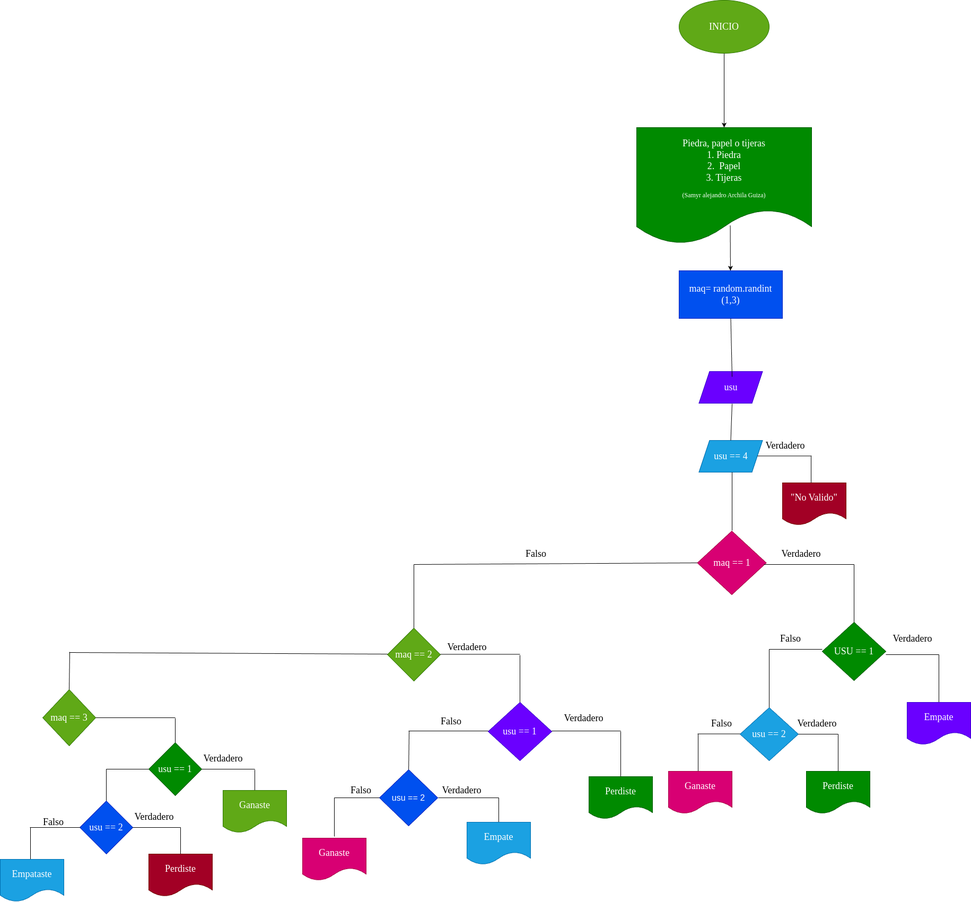
Above: diagrama.png in SamyrArchila/piedra_papel_tijeras (draw.io), before the change. Source tidied: cells renumbered, new cells last; positions are measured from the earlier drawing's top-left corner, leaving out a move shared by most shapes.
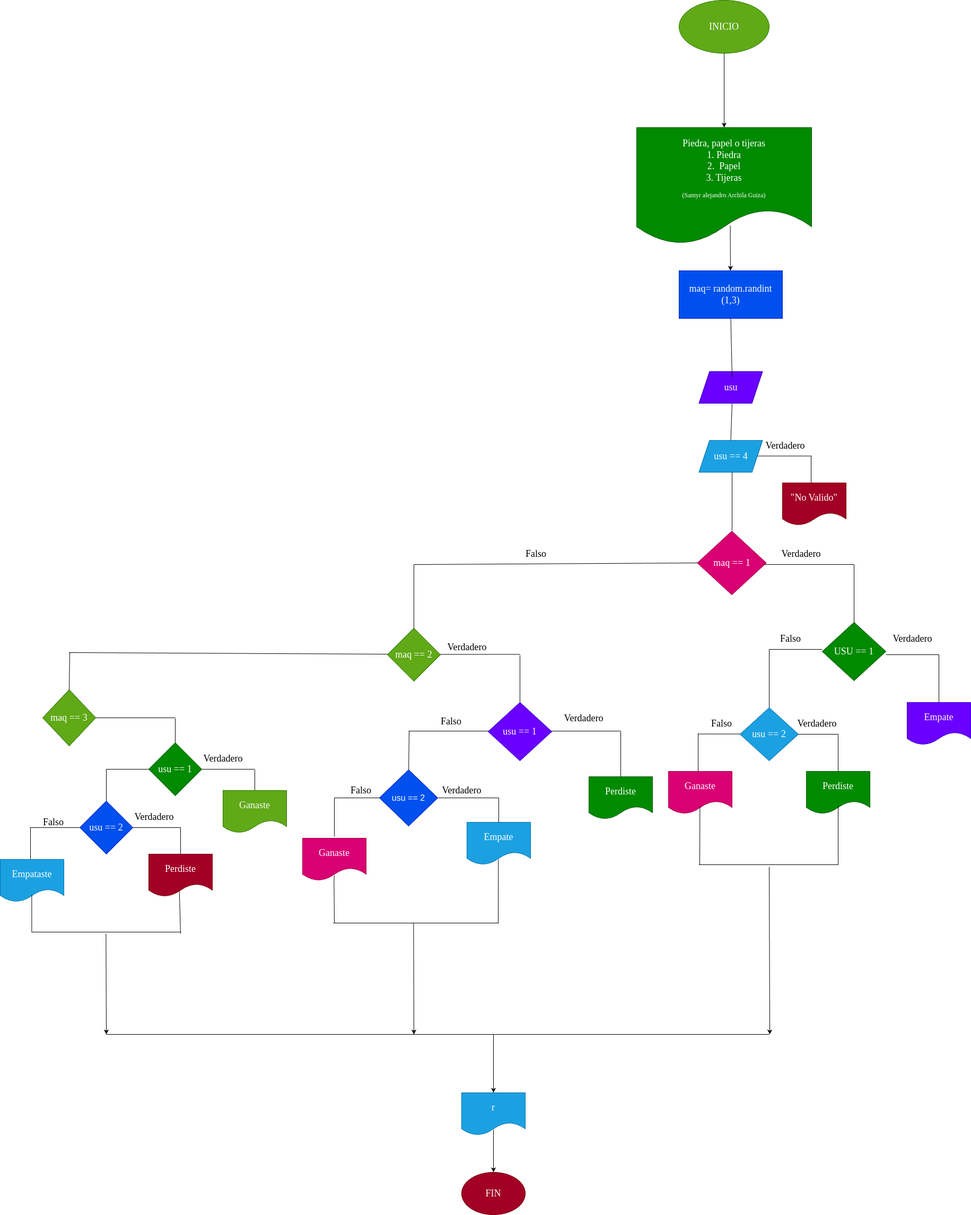
Above is the later version.

Change to the diagram source:
```diff
@@ -372,5 +372,102 @@
     <mxCell id="83" value="Verdadero" style="text;html=1;align=center;verticalAlign=middle;strokeColor=none;fillColor=none;fontSize=18;fontFamily=Verdana;" parent="1" vertex="1">
       <mxGeometry x="240" y="1520" width="100" height="40" as="geometry" />
     </mxCell>
+    <mxCell id="84" style="endArrow=none;html=1;fontFamily=Verdana;fontSize=18;" parent="1" edge="1">
+      <mxGeometry relative="1" as="geometry">
+        <mxPoint x="59.3" y="1757" as="sourcePoint" />
+        <mxPoint x="59.3" y="1687" as="targetPoint" />
+      </mxGeometry>
+    </mxCell>
+    <mxCell id="85" style="endArrow=none;html=1;fontFamily=Verdana;fontSize=18;" parent="1" edge="1">
+      <mxGeometry relative="1" as="geometry">
+        <mxPoint x="59" y="1757" as="sourcePoint" />
+        <mxPoint x="340" y="1757" as="targetPoint" />
+      </mxGeometry>
+    </mxCell>
+    <mxCell id="86" style="endArrow=none;html=1;fontFamily=Verdana;fontSize=18;entryX=0.481;entryY=0.867;entryDx=0;entryDy=0;entryPerimeter=0;" parent="1" edge="1" target="78">
+      <mxGeometry relative="1" as="geometry">
+        <mxPoint x="340" y="1760" as="sourcePoint" />
+      </mxGeometry>
+    </mxCell>
+    <mxCell id="87" style="endArrow=none;html=1;fontFamily=Verdana;fontSize=18;" parent="1" edge="1">
+      <mxGeometry relative="1" as="geometry">
+        <mxPoint x="628" y="1740" as="sourcePoint" />
+        <mxPoint x="940" y="1740" as="targetPoint" />
+      </mxGeometry>
+    </mxCell>
+    <mxCell id="88" style="endArrow=none;html=1;fontFamily=Verdana;fontSize=18;" parent="1" edge="1">
+      <mxGeometry relative="1" as="geometry">
+        <mxPoint x="630" y="1740" as="sourcePoint" />
+        <mxPoint x="630" y="1650" as="targetPoint" />
+        <Array as="points">
+          <mxPoint x="629.3" y="1660" />
+        </Array>
+      </mxGeometry>
+    </mxCell>
+    <mxCell id="89" style="endArrow=none;html=1;fontFamily=Verdana;fontSize=18;" parent="1" edge="1">
+      <mxGeometry relative="1" as="geometry">
+        <mxPoint x="939" y="1740" as="sourcePoint" />
+        <mxPoint x="939.3" y="1620" as="targetPoint" />
+      </mxGeometry>
+    </mxCell>
+    <mxCell id="90" style="endArrow=none;html=1;fontFamily=Verdana;fontSize=18;" parent="1" edge="1">
+      <mxGeometry relative="1" as="geometry">
+        <mxPoint x="1317.5" y="1630" as="sourcePoint" />
+        <mxPoint x="1580" y="1630" as="targetPoint" />
+      </mxGeometry>
+    </mxCell>
+    <mxCell id="91" style="endArrow=none;html=1;fontFamily=Verdana;fontSize=18;" parent="1" edge="1">
+      <mxGeometry relative="1" as="geometry">
+        <mxPoint x="1319" y="1630" as="sourcePoint" />
+        <mxPoint x="1319.3" y="1520" as="targetPoint" />
+      </mxGeometry>
+    </mxCell>
+    <mxCell id="92" style="endArrow=none;html=1;fontFamily=Verdana;fontSize=18;" parent="1" edge="1">
+      <mxGeometry relative="1" as="geometry">
+        <mxPoint x="1580" y="1630" as="sourcePoint" />
+        <mxPoint x="1580" y="1520" as="targetPoint" />
+      </mxGeometry>
+    </mxCell>
+    <mxCell id="93" style="endArrow=classic;html=1;fontFamily=Verdana;fontSize=18;" parent="1" edge="1">
+      <mxGeometry relative="1" as="geometry">
+        <mxPoint x="199.3" y="1760" as="sourcePoint" />
+        <mxPoint x="200" y="1950" as="targetPoint" />
+      </mxGeometry>
+    </mxCell>
+    <mxCell id="94" style="endArrow=classic;html=1;fontFamily=Verdana;fontSize=18;" parent="1" edge="1">
+      <mxGeometry relative="1" as="geometry">
+        <mxPoint x="779.3" y="1740" as="sourcePoint" />
+        <mxPoint x="780" y="1950" as="targetPoint" />
+      </mxGeometry>
+    </mxCell>
+    <mxCell id="95" style="endArrow=classic;html=1;fontFamily=Verdana;fontSize=18;" parent="1" edge="1">
+      <mxGeometry relative="1" as="geometry">
+        <mxPoint x="1450" y="1634" as="sourcePoint" />
+        <mxPoint x="1451" y="1950" as="targetPoint" />
+      </mxGeometry>
+    </mxCell>
+    <mxCell id="96" style="endArrow=none;html=1;fontFamily=Verdana;fontSize=18;" parent="1" edge="1">
+      <mxGeometry relative="1" as="geometry">
+        <mxPoint x="200" y="1950" as="sourcePoint" />
+        <mxPoint x="1450" y="1950" as="targetPoint" />
+      </mxGeometry>
+    </mxCell>
+    <mxCell id="97" style="endArrow=classic;html=1;fontFamily=Verdana;fontSize=18;" parent="1" edge="1" target="98">
+      <mxGeometry relative="1" as="geometry">
+        <mxPoint x="930" y="1950" as="sourcePoint" />
+      </mxGeometry>
+    </mxCell>
+    <mxCell id="98" value="r" style="shape=document;whiteSpace=wrap;html=1;boundedLbl=1;fontFamily=Verdana;fontSize=18;fillColor=#1ba1e2;fontColor=#ffffff;strokeColor=#006EAF;" parent="1" vertex="1">
+      <mxGeometry x="870" y="2060" width="120" height="80" as="geometry" />
+    </mxCell>
+    <mxCell id="99" style="endArrow=classic;html=1;fontFamily=Verdana;fontSize=18;" parent="1" edge="1">
+      <mxGeometry relative="1" as="geometry">
+        <mxPoint x="930" y="2130" as="sourcePoint" />
+        <mxPoint x="930" y="2210" as="targetPoint" />
+      </mxGeometry>
+    </mxCell>
+    <mxCell id="100" value="FIN" style="ellipse;whiteSpace=wrap;html=1;fontFamily=Verdana;fontSize=18;fillColor=#a20025;fontColor=#ffffff;strokeColor=#6F0000;" parent="1" vertex="1">
+      <mxGeometry x="870" y="2210" width="120" height="80" as="geometry" />
+    </mxCell>
   </root>
 </mxGraphModel>
```
